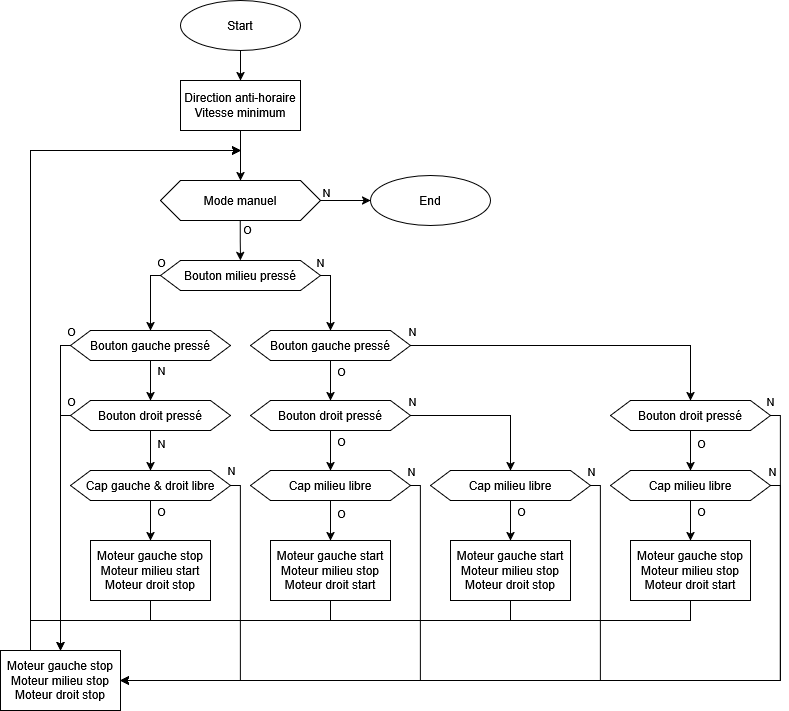
The draw.io diagram doc/images/manual_sequence.png in Schokiiiiiiii/csn26, before a commit. Source tidied: cells renumbered, new cells last; positions are measured from the earlier drawing's top-left corner, leaving out a move shared by most shapes. The source it was exported from:
```xml
<mxGraphModel>
  <root>
    <mxCell id="0" />
    <mxCell id="1" parent="0" />
    <mxCell id="2" style="edgeStyle=orthogonalEdgeStyle;rounded=0;jettySize=auto;html=1;" parent="1" edge="1" source="3" target="65">
      <mxGeometry relative="1" as="geometry" />
    </mxCell>
    <mxCell id="3" value="Start" style="ellipse;whiteSpace=wrap;html=1;" parent="1" vertex="1">
      <mxGeometry x="180" width="120" height="50" as="geometry" />
    </mxCell>
    <mxCell id="4" style="edgeStyle=orthogonalEdgeStyle;rounded=0;jettySize=auto;html=1;" parent="1" edge="1" source="8" target="24">
      <mxGeometry relative="1" as="geometry" />
    </mxCell>
    <mxCell id="5" value="O" style="edgeLabel;html=1;align=center;verticalAlign=middle;" parent="4" vertex="1">
      <mxGeometry x="-0.53" y="1" relative="1" as="geometry">
        <mxPoint x="9" as="offset" />
      </mxGeometry>
    </mxCell>
    <mxCell id="6" style="edgeStyle=orthogonalEdgeStyle;rounded=0;jettySize=auto;html=1;" parent="1" edge="1" source="8" target="23">
      <mxGeometry relative="1" as="geometry" />
    </mxCell>
    <mxCell id="7" value="N" style="edgeLabel;html=1;align=center;verticalAlign=middle;" parent="6" vertex="1">
      <mxGeometry x="-0.78" y="-1" relative="1" as="geometry">
        <mxPoint x="-37" y="-16" as="offset" />
      </mxGeometry>
    </mxCell>
    <mxCell id="8" value="Bouton gauche pressé" style="shape=hexagon;perimeter=hexagonPerimeter2;whiteSpace=wrap;html=1;fixedSize=1;" parent="1" vertex="1">
      <mxGeometry x="250" y="330" width="160" height="30" as="geometry" />
    </mxCell>
    <mxCell id="9" style="edgeStyle=orthogonalEdgeStyle;rounded=0;jettySize=auto;html=1;exitX=0;exitY=0.5;exitDx=0;exitDy=0;" parent="1" edge="1" source="13" target="29">
      <mxGeometry relative="1" as="geometry">
        <Array as="points">
          <mxPoint x="150" y="275" />
        </Array>
      </mxGeometry>
    </mxCell>
    <mxCell id="10" value="O" style="edgeLabel;html=1;align=center;verticalAlign=middle;" parent="9" vertex="1">
      <mxGeometry x="-0.55" y="3" relative="1" as="geometry">
        <mxPoint x="7" y="-19" as="offset" />
      </mxGeometry>
    </mxCell>
    <mxCell id="11" style="edgeStyle=orthogonalEdgeStyle;rounded=0;jettySize=auto;html=1;exitX=1;exitY=0.5;exitDx=0;exitDy=0;" parent="1" edge="1" source="13" target="8">
      <mxGeometry relative="1" as="geometry">
        <Array as="points">
          <mxPoint x="330" y="275" />
        </Array>
      </mxGeometry>
    </mxCell>
    <mxCell id="12" value="N" style="edgeLabel;html=1;align=center;verticalAlign=middle;" parent="11" vertex="1">
      <mxGeometry x="-0.66" relative="1" as="geometry">
        <mxPoint x="-11" y="-15" as="offset" />
      </mxGeometry>
    </mxCell>
    <mxCell id="13" value="Bouton milieu pressé" style="shape=hexagon;perimeter=hexagonPerimeter2;whiteSpace=wrap;html=1;fixedSize=1;" parent="1" vertex="1">
      <mxGeometry x="160" y="260" width="160" height="30" as="geometry" />
    </mxCell>
    <mxCell id="14" style="edgeStyle=orthogonalEdgeStyle;rounded=0;jettySize=auto;html=1;exitX=0;exitY=0.5;exitDx=0;exitDy=0;" parent="1" edge="1" source="18" target="31">
      <mxGeometry relative="1" as="geometry">
        <Array as="points">
          <mxPoint x="60" y="415" />
        </Array>
      </mxGeometry>
    </mxCell>
    <mxCell id="15" value="O" style="edgeLabel;html=1;align=center;verticalAlign=middle;" parent="14" vertex="1">
      <mxGeometry x="-0.72" relative="1" as="geometry">
        <mxPoint x="10" y="-39" as="offset" />
      </mxGeometry>
    </mxCell>
    <mxCell id="16" style="edgeStyle=orthogonalEdgeStyle;rounded=0;jettySize=auto;html=1;" parent="1" edge="1" source="18" target="44">
      <mxGeometry relative="1" as="geometry" />
    </mxCell>
    <mxCell id="17" value="N" style="edgeLabel;html=1;align=center;verticalAlign=middle;" parent="16" vertex="1">
      <mxGeometry x="-0.39" y="2" relative="1" as="geometry">
        <mxPoint x="8" as="offset" />
      </mxGeometry>
    </mxCell>
    <mxCell id="18" value="Bouton droit pressé" style="shape=hexagon;perimeter=hexagonPerimeter2;whiteSpace=wrap;html=1;fixedSize=1;" parent="1" vertex="1">
      <mxGeometry x="70" y="400" width="160" height="30" as="geometry" />
    </mxCell>
    <mxCell id="19" style="edgeStyle=orthogonalEdgeStyle;rounded=0;jettySize=auto;html=1;" parent="1" edge="1" source="63" target="37">
      <mxGeometry relative="1" as="geometry" />
    </mxCell>
    <mxCell id="20" value="O" style="edgeLabel;html=1;align=center;verticalAlign=middle;" parent="19" vertex="1">
      <mxGeometry x="-0.48" y="-2" relative="1" as="geometry">
        <mxPoint x="12" as="offset" />
      </mxGeometry>
    </mxCell>
    <mxCell id="21" style="edgeStyle=orthogonalEdgeStyle;rounded=0;jettySize=auto;html=1;exitX=1;exitY=0.5;exitDx=0;exitDy=0;entryX=1;entryY=0.5;entryDx=0;entryDy=0;" parent="1" edge="1" source="23" target="31">
      <mxGeometry relative="1" as="geometry">
        <Array as="points">
          <mxPoint x="780" y="415" />
          <mxPoint x="780" y="680" />
        </Array>
      </mxGeometry>
    </mxCell>
    <mxCell id="22" value="N" style="edgeLabel;html=1;align=center;verticalAlign=middle;" parent="21" vertex="1">
      <mxGeometry x="-0.99" y="3" relative="1" as="geometry">
        <mxPoint x="-8" y="-12" as="offset" />
      </mxGeometry>
    </mxCell>
    <mxCell id="23" value="Bouton droit pressé" style="shape=hexagon;perimeter=hexagonPerimeter2;whiteSpace=wrap;html=1;fixedSize=1;" parent="1" vertex="1">
      <mxGeometry x="610" y="400" width="160" height="30" as="geometry" />
    </mxCell>
    <mxCell id="24" value="Bouton droit pressé" style="shape=hexagon;perimeter=hexagonPerimeter2;whiteSpace=wrap;html=1;fixedSize=1;" parent="1" vertex="1">
      <mxGeometry x="250" y="400" width="160" height="30" as="geometry" />
    </mxCell>
    <mxCell id="25" style="edgeStyle=orthogonalEdgeStyle;rounded=0;jettySize=auto;html=1;exitX=0;exitY=0.5;exitDx=0;exitDy=0;" parent="1" edge="1" target="31">
      <mxGeometry relative="1" as="geometry">
        <mxPoint x="80" y="345" as="sourcePoint" />
        <Array as="points">
          <mxPoint x="60" y="345" />
        </Array>
      </mxGeometry>
    </mxCell>
    <mxCell id="26" value="O" style="edgeLabel;html=1;align=center;verticalAlign=middle;" parent="25" vertex="1">
      <mxGeometry x="-0.86" y="3" relative="1" as="geometry">
        <mxPoint x="7" y="-18" as="offset" />
      </mxGeometry>
    </mxCell>
    <mxCell id="27" style="edgeStyle=orthogonalEdgeStyle;rounded=0;jettySize=auto;html=1;" parent="1" edge="1" source="29" target="18">
      <mxGeometry relative="1" as="geometry" />
    </mxCell>
    <mxCell id="28" value="N" style="edgeLabel;html=1;align=center;verticalAlign=middle;" parent="27" vertex="1">
      <mxGeometry x="-0.55" y="-2" relative="1" as="geometry">
        <mxPoint x="12" as="offset" />
      </mxGeometry>
    </mxCell>
    <mxCell id="29" value="Bouton gauche pressé" style="shape=hexagon;perimeter=hexagonPerimeter2;whiteSpace=wrap;html=1;fixedSize=1;" parent="1" vertex="1">
      <mxGeometry x="70" y="330" width="160" height="30" as="geometry" />
    </mxCell>
    <mxCell id="30" style="edgeStyle=orthogonalEdgeStyle;rounded=0;jettySize=auto;html=1;" parent="1" edge="1" source="31">
      <mxGeometry relative="1" as="geometry">
        <mxPoint x="240" y="150" as="targetPoint" />
        <Array as="points">
          <mxPoint x="30" y="150" />
          <mxPoint x="240" y="150" />
        </Array>
      </mxGeometry>
    </mxCell>
    <mxCell id="31" value="Moteur gauche stop&lt;div&gt;Moteur milieu stop&lt;br&gt;&lt;div&gt;Moteur droit stop&lt;/div&gt;&lt;/div&gt;" style="rounded=0;whiteSpace=wrap;html=1;" parent="1" vertex="1">
      <mxGeometry y="650" width="120" height="60" as="geometry" />
    </mxCell>
    <mxCell id="32" style="edgeStyle=orthogonalEdgeStyle;rounded=0;jettySize=auto;html=1;" parent="1" edge="1" source="33">
      <mxGeometry relative="1" as="geometry">
        <mxPoint x="240" y="150" as="targetPoint" />
        <Array as="points">
          <mxPoint x="150" y="620" />
          <mxPoint x="30" y="620" />
          <mxPoint x="30" y="150" />
        </Array>
      </mxGeometry>
    </mxCell>
    <mxCell id="33" value="Moteur gauche stop&lt;div&gt;Moteur milieu start&lt;br&gt;&lt;div&gt;Moteur droit stop&lt;/div&gt;&lt;/div&gt;" style="rounded=0;whiteSpace=wrap;html=1;" parent="1" vertex="1">
      <mxGeometry x="90" y="540" width="120" height="60" as="geometry" />
    </mxCell>
    <mxCell id="34" style="edgeStyle=orthogonalEdgeStyle;rounded=0;jettySize=auto;html=1;" parent="1" edge="1" source="35">
      <mxGeometry relative="1" as="geometry">
        <mxPoint x="240" y="150" as="targetPoint" />
        <Array as="points">
          <mxPoint x="330" y="620" />
          <mxPoint x="30" y="620" />
          <mxPoint x="30" y="150" />
        </Array>
      </mxGeometry>
    </mxCell>
    <mxCell id="35" value="Moteur gauche start&lt;div&gt;Moteur milieu stop&lt;br&gt;&lt;div&gt;Moteur droit start&lt;/div&gt;&lt;/div&gt;" style="rounded=0;whiteSpace=wrap;html=1;" parent="1" vertex="1">
      <mxGeometry x="270" y="540" width="120" height="60" as="geometry" />
    </mxCell>
    <mxCell id="36" style="edgeStyle=orthogonalEdgeStyle;rounded=0;jettySize=auto;html=1;" parent="1" edge="1" source="37">
      <mxGeometry relative="1" as="geometry">
        <mxPoint x="240" y="150" as="targetPoint" />
        <Array as="points">
          <mxPoint x="690" y="620" />
          <mxPoint x="30" y="620" />
          <mxPoint x="30" y="150" />
        </Array>
      </mxGeometry>
    </mxCell>
    <mxCell id="37" value="Moteur gauche stop&lt;div&gt;Moteur milieu stop&lt;br&gt;&lt;div&gt;Moteur droit start&lt;/div&gt;&lt;/div&gt;" style="rounded=0;whiteSpace=wrap;html=1;" parent="1" vertex="1">
      <mxGeometry x="630" y="540" width="120" height="60" as="geometry" />
    </mxCell>
    <mxCell id="38" style="edgeStyle=orthogonalEdgeStyle;rounded=0;jettySize=auto;html=1;" parent="1" edge="1" source="39">
      <mxGeometry relative="1" as="geometry">
        <mxPoint x="240" y="150" as="targetPoint" />
        <Array as="points">
          <mxPoint x="510" y="620" />
          <mxPoint x="30" y="620" />
          <mxPoint x="30" y="150" />
        </Array>
      </mxGeometry>
    </mxCell>
    <mxCell id="39" value="Moteur gauche start&lt;div&gt;Moteur milieu stop&lt;br&gt;&lt;div&gt;Moteur droit stop&lt;/div&gt;&lt;/div&gt;" style="rounded=0;whiteSpace=wrap;html=1;" parent="1" vertex="1">
      <mxGeometry x="450" y="540" width="120" height="60" as="geometry" />
    </mxCell>
    <mxCell id="40" style="edgeStyle=orthogonalEdgeStyle;rounded=0;jettySize=auto;html=1;" parent="1" edge="1" source="44" target="33">
      <mxGeometry relative="1" as="geometry" />
    </mxCell>
    <mxCell id="41" value="O" style="edgeLabel;html=1;align=center;verticalAlign=middle;" parent="40" vertex="1">
      <mxGeometry x="-0.73" y="-5" relative="1" as="geometry">
        <mxPoint x="15" y="5" as="offset" />
      </mxGeometry>
    </mxCell>
    <mxCell id="42" style="edgeStyle=orthogonalEdgeStyle;rounded=0;jettySize=auto;html=1;" parent="1" edge="1" source="44" target="31">
      <mxGeometry relative="1" as="geometry">
        <Array as="points">
          <mxPoint x="240" y="485" />
          <mxPoint x="240" y="680" />
        </Array>
      </mxGeometry>
    </mxCell>
    <mxCell id="43" value="N" style="edgeLabel;html=1;align=center;verticalAlign=middle;" parent="42" vertex="1">
      <mxGeometry x="-0.83" y="-1" relative="1" as="geometry">
        <mxPoint x="-9" y="-34" as="offset" />
      </mxGeometry>
    </mxCell>
    <mxCell id="44" value="Cap gauche &amp;amp; droit libre" style="shape=hexagon;perimeter=hexagonPerimeter2;whiteSpace=wrap;html=1;fixedSize=1;" parent="1" vertex="1">
      <mxGeometry x="70" y="470" width="160" height="30" as="geometry" />
    </mxCell>
    <mxCell id="45" style="edgeStyle=orthogonalEdgeStyle;rounded=0;jettySize=auto;html=1;" parent="1" edge="1" source="24" target="51">
      <mxGeometry relative="1" as="geometry">
        <Array as="points">
          <mxPoint x="330" y="450" />
          <mxPoint x="330" y="450" />
        </Array>
      </mxGeometry>
    </mxCell>
    <mxCell id="46" value="O" style="edgeLabel;html=1;align=center;verticalAlign=middle;" parent="45" vertex="1">
      <mxGeometry x="-0.53" y="4" relative="1" as="geometry">
        <mxPoint x="6" as="offset" />
      </mxGeometry>
    </mxCell>
    <mxCell id="47" style="edgeStyle=orthogonalEdgeStyle;rounded=0;jettySize=auto;html=1;" parent="1" edge="1" source="51" target="35">
      <mxGeometry relative="1" as="geometry" />
    </mxCell>
    <mxCell id="48" value="O" style="edgeLabel;html=1;align=center;verticalAlign=middle;" parent="47" vertex="1">
      <mxGeometry x="-0.4" y="1" relative="1" as="geometry">
        <mxPoint x="9" as="offset" />
      </mxGeometry>
    </mxCell>
    <mxCell id="49" style="edgeStyle=orthogonalEdgeStyle;rounded=0;jettySize=auto;html=1;" parent="1" edge="1" source="51" target="31">
      <mxGeometry relative="1" as="geometry">
        <Array as="points">
          <mxPoint x="420" y="485" />
          <mxPoint x="420" y="680" />
        </Array>
      </mxGeometry>
    </mxCell>
    <mxCell id="50" value="N" style="edgeLabel;html=1;align=center;verticalAlign=middle;" parent="49" vertex="1">
      <mxGeometry x="-0.88" y="-1" relative="1" as="geometry">
        <mxPoint x="-9" y="-36" as="offset" />
      </mxGeometry>
    </mxCell>
    <mxCell id="51" value="Cap milieu libre" style="shape=hexagon;perimeter=hexagonPerimeter2;whiteSpace=wrap;html=1;fixedSize=1;" parent="1" vertex="1">
      <mxGeometry x="250" y="470" width="160" height="30" as="geometry" />
    </mxCell>
    <mxCell id="52" style="edgeStyle=orthogonalEdgeStyle;rounded=0;jettySize=auto;html=1;exitX=1;exitY=0.5;exitDx=0;exitDy=0;" parent="1" edge="1" source="24" target="58">
      <mxGeometry relative="1" as="geometry" />
    </mxCell>
    <mxCell id="53" value="N" style="edgeLabel;html=1;align=center;verticalAlign=middle;" parent="52" vertex="1">
      <mxGeometry x="-0.95" relative="1" as="geometry">
        <mxPoint x="-3" y="-15" as="offset" />
      </mxGeometry>
    </mxCell>
    <mxCell id="54" style="edgeStyle=orthogonalEdgeStyle;rounded=0;jettySize=auto;html=1;" parent="1" edge="1" source="58" target="39">
      <mxGeometry relative="1" as="geometry" />
    </mxCell>
    <mxCell id="55" value="O" style="edgeLabel;html=1;align=center;verticalAlign=middle;" parent="54" vertex="1">
      <mxGeometry x="-0.48" y="3" relative="1" as="geometry">
        <mxPoint x="7" as="offset" />
      </mxGeometry>
    </mxCell>
    <mxCell id="56" style="edgeStyle=orthogonalEdgeStyle;rounded=0;jettySize=auto;html=1;" parent="1" edge="1" source="58" target="31">
      <mxGeometry relative="1" as="geometry">
        <Array as="points">
          <mxPoint x="600" y="485" />
          <mxPoint x="600" y="680" />
        </Array>
      </mxGeometry>
    </mxCell>
    <mxCell id="57" value="N" style="edgeLabel;html=1;align=center;verticalAlign=middle;" parent="56" vertex="1">
      <mxGeometry x="-0.83" y="2" relative="1" as="geometry">
        <mxPoint x="-12" y="-63" as="offset" />
      </mxGeometry>
    </mxCell>
    <mxCell id="58" value="Cap milieu libre" style="shape=hexagon;perimeter=hexagonPerimeter2;whiteSpace=wrap;html=1;fixedSize=1;" parent="1" vertex="1">
      <mxGeometry x="430" y="470" width="160" height="30" as="geometry" />
    </mxCell>
    <mxCell id="59" style="edgeStyle=orthogonalEdgeStyle;rounded=0;jettySize=auto;html=1;" parent="1" edge="1" source="23" target="63">
      <mxGeometry relative="1" as="geometry" />
    </mxCell>
    <mxCell id="60" value="O" style="edgeLabel;html=1;align=center;verticalAlign=middle;" parent="59" vertex="1">
      <mxGeometry x="-0.39" y="6" relative="1" as="geometry">
        <mxPoint x="4" as="offset" />
      </mxGeometry>
    </mxCell>
    <mxCell id="61" style="edgeStyle=orthogonalEdgeStyle;rounded=0;jettySize=auto;html=1;" parent="1" edge="1" source="63" target="31">
      <mxGeometry relative="1" as="geometry">
        <Array as="points">
          <mxPoint x="780" y="485" />
          <mxPoint x="780" y="680" />
        </Array>
      </mxGeometry>
    </mxCell>
    <mxCell id="62" value="N" style="edgeLabel;html=1;align=center;verticalAlign=middle;" parent="61" vertex="1">
      <mxGeometry x="-0.99" relative="1" as="geometry">
        <mxPoint x="-5" y="-15" as="offset" />
      </mxGeometry>
    </mxCell>
    <mxCell id="63" value="Cap milieu libre" style="shape=hexagon;perimeter=hexagonPerimeter2;whiteSpace=wrap;html=1;fixedSize=1;" parent="1" vertex="1">
      <mxGeometry x="610" y="470" width="160" height="30" as="geometry" />
    </mxCell>
    <mxCell id="64" style="edgeStyle=orthogonalEdgeStyle;rounded=0;jettySize=auto;html=1;" parent="1" edge="1" source="65">
      <mxGeometry relative="1" as="geometry">
        <mxPoint x="240" y="180" as="targetPoint" />
      </mxGeometry>
    </mxCell>
    <mxCell id="65" value="Direction anti-horaire&lt;div&gt;Vitesse minimum&lt;/div&gt;" style="rounded=0;whiteSpace=wrap;html=1;" parent="1" vertex="1">
      <mxGeometry x="180" y="80" width="120" height="50" as="geometry" />
    </mxCell>
    <mxCell id="66" value="Mode manuel" style="shape=hexagon;perimeter=hexagonPerimeter2;whiteSpace=wrap;html=1;fixedSize=1;" parent="1" vertex="1">
      <mxGeometry x="160" y="180" width="160" height="40" as="geometry" />
    </mxCell>
    <mxCell id="67" style="edgeStyle=orthogonalEdgeStyle;rounded=0;orthogonalLoop=1;jettySize=auto;html=1;" parent="1" edge="1">
      <mxGeometry relative="1" as="geometry">
        <mxPoint x="239.7" y="220" as="sourcePoint" />
        <mxPoint x="240" y="260" as="targetPoint" />
      </mxGeometry>
    </mxCell>
    <mxCell id="68" value="O" style="edgeLabel;html=1;align=center;verticalAlign=middle;" parent="67" vertex="1">
      <mxGeometry x="-0.56" y="-1" relative="1" as="geometry">
        <mxPoint x="8" as="offset" />
      </mxGeometry>
    </mxCell>
    <mxCell id="69" style="endArrow=classic;html=1;rounded=0;" parent="1" edge="1">
      <mxGeometry relative="1" as="geometry">
        <mxPoint x="320" y="200" as="sourcePoint" />
        <mxPoint x="370" y="200" as="targetPoint" />
      </mxGeometry>
    </mxCell>
    <mxCell id="70" value="N" style="edgeLabel;html=1;align=center;verticalAlign=middle;" parent="69" vertex="1">
      <mxGeometry x="-0.08" y="-1" relative="1" as="geometry">
        <mxPoint x="-18" y="-10" as="offset" />
      </mxGeometry>
    </mxCell>
    <mxCell id="71" value="End" style="ellipse;whiteSpace=wrap;html=1;" parent="1" vertex="1">
      <mxGeometry x="370" y="175" width="120" height="50" as="geometry" />
    </mxCell>
  </root>
</mxGraphModel>
```
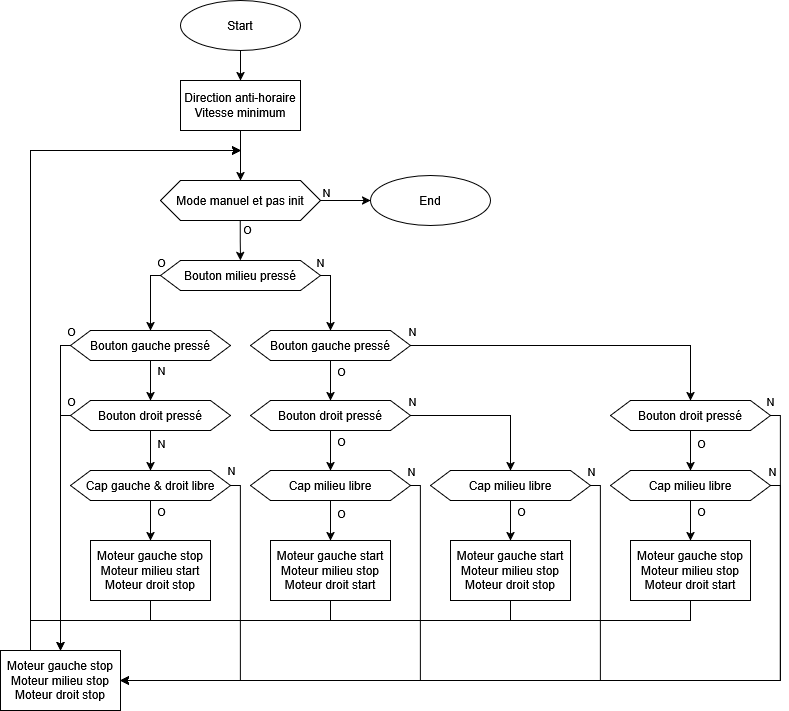
The same file after the commit.

What changed in the source:
```diff
@@ -317,7 +317,7 @@
     <mxCell id="65" value="Direction anti-horaire&lt;div&gt;Vitesse minimum&lt;/div&gt;" style="rounded=0;whiteSpace=wrap;html=1;" parent="1" vertex="1">
       <mxGeometry x="180" y="80" width="120" height="50" as="geometry" />
     </mxCell>
-    <mxCell id="66" value="Mode manuel" style="shape=hexagon;perimeter=hexagonPerimeter2;whiteSpace=wrap;html=1;fixedSize=1;" parent="1" vertex="1">
+    <mxCell id="66" value="Mode manuel et pas init" style="shape=hexagon;perimeter=hexagonPerimeter2;whiteSpace=wrap;html=1;fixedSize=1;" parent="1" vertex="1">
       <mxGeometry x="160" y="180" width="160" height="40" as="geometry" />
     </mxCell>
     <mxCell id="67" style="edgeStyle=orthogonalEdgeStyle;rounded=0;orthogonalLoop=1;jettySize=auto;html=1;" parent="1" edge="1">
```
